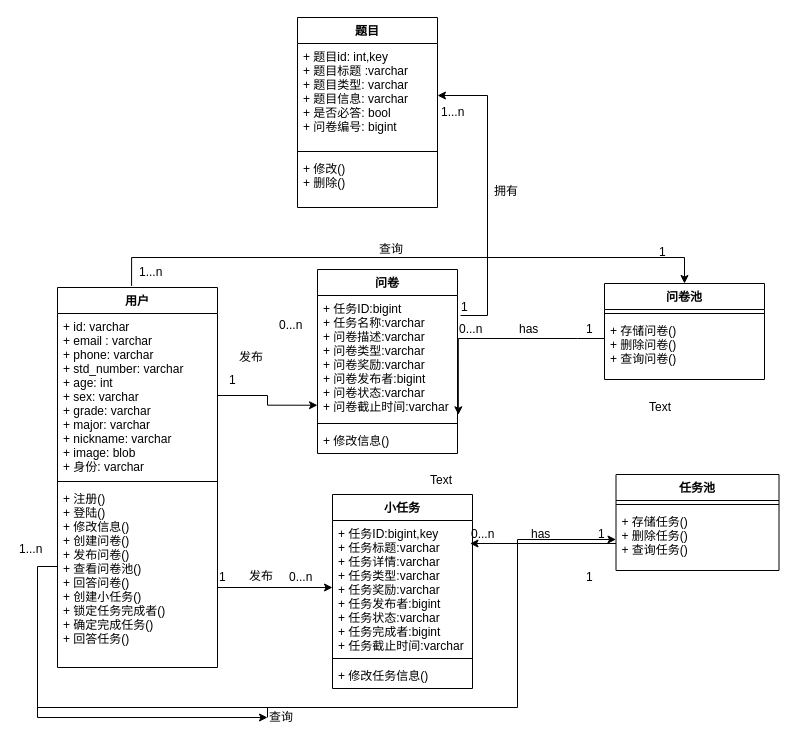
Earlier version of the draw.io diagram managerwork/draw.io/领域模型.drawio (Walikrence/swsad-project). Source tidied: cells renumbered, new cells numbered last; positions are measured from the earlier drawing's top-left corner, leaving out a move shared by most shapes. Both pictures are drawn from the tidied source at 100%, with x=0, y=0 at pixel (17, 17).
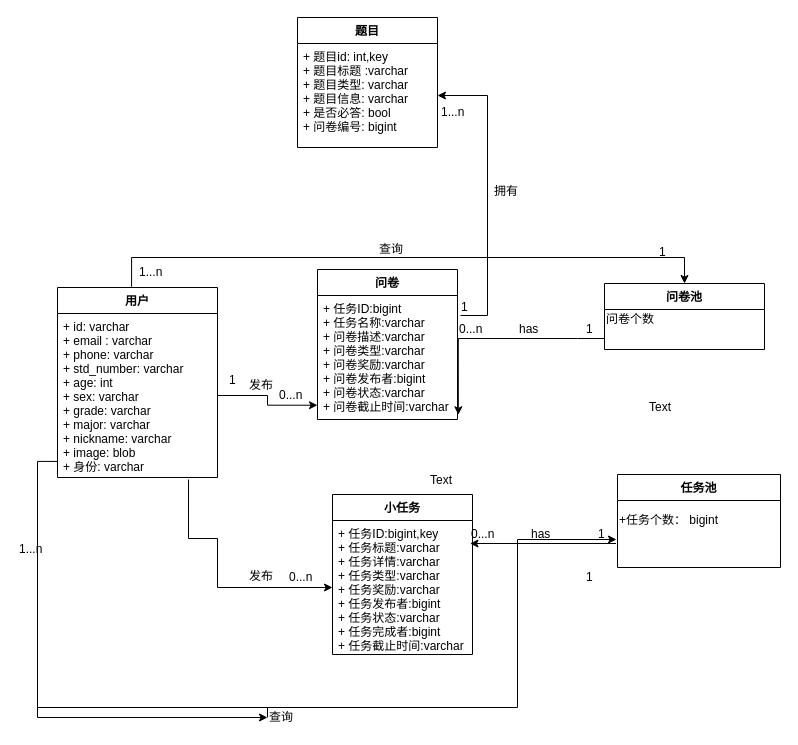
After the change.

Unchanged cells that the change refers to:
```xml
<mxCell id="3" value="+ id: varchar&#10;+ email : varchar&#10;+ phone: varchar&#10;+ std_number: varchar&#10;+ age: int&#10;+ sex: varchar&#10;+ grade: varchar&#10;+ major: varchar&#10;+ nickname: varchar&#10;+ image: blob&#10;+ 身份: varchar" style="text;strokeColor=none;fillColor=none;align=left;verticalAlign=top;spacingLeft=4;spacingRight=4;overflow=hidden;points=[[0,0.5],[1,0.5]];portConstraint=eastwest;" parent="2" vertex="1">
  <mxGeometry y="26" width="160" height="164" as="geometry" />
</mxCell>
<mxCell id="11" value="+ 任务ID:bigint,key&#10;+ 任务标题:varchar&#10;+ 任务详情:varchar&#10;+ 任务类型:varchar&#10;+ 任务奖励:varchar&#10;+ 任务发布者:bigint&#10;+ 任务状态:varchar&#10;+ 任务完成者:bigint&#10;+ 任务截止时间:varchar" style="text;strokeColor=none;fillColor=none;align=left;verticalAlign=top;spacingLeft=4;spacingRight=4;overflow=hidden;points=[[0,0.5],[1,0.5]];portConstraint=eastwest;" parent="10" vertex="1">
  <mxGeometry y="26" width="140" height="134" as="geometry" />
</mxCell>
<mxCell id="53" value="查询" style="text;html=1;points=[];align=left;verticalAlign=top;spacingTop=-4;" parent="1" vertex="1">
  <mxGeometry x="250" y="690" width="40" height="20" as="geometry" />
</mxCell>
```

Change to the diagram source:
```diff
@@
     <mxCell id="2" value="用户" style="swimlane;fontStyle=1;align=center;verticalAlign=top;horizontal=1;startSize=26;" parent="1" vertex="1">
-      <mxGeometry x="40" y="270" width="160" height="380" as="geometry" />
+      <mxGeometry x="40" y="270" width="160" height="190" as="geometry" />
     </mxCell>
@@
-    <mxCell id="4" style="line;strokeWidth=1;fillColor=none;align=left;verticalAlign=middle;spacingTop=-1;spacingLeft=3;spacingRight=3;labelPosition=right;" parent="2" vertex="1">
-      <mxGeometry y="190" width="160" height="8" as="geometry" />
-    </mxCell>
-    <mxCell id="5" value="+ 注册()&#10;+ 登陆()&#10;+ 修改信息()&#10;+ 创建问卷()&#10;+ 发布问卷()&#10;+ 查看问卷池()&#10;+ 回答问卷()&#10;+ 创建小任务()&#10;+ 锁定任务完成者()&#10;+ 确定完成任务()&#10;+ 回答任务()" style="text;strokeColor=none;fillColor=none;align=left;verticalAlign=top;spacingLeft=4;spacingRight=4;overflow=hidden;points=[[0,0.5],[1,0.5]];portConstraint=eastwest;" parent="2" vertex="1">
-      <mxGeometry y="198" width="160" height="182" as="geometry" />
-    </mxCell>
     <mxCell id="6" value="问卷" style="swimlane;fontStyle=1;align=center;verticalAlign=top;horizontal=1;startSize=26;" parent="1" vertex="1">
-      <mxGeometry x="300" y="252" width="140" height="184" as="geometry" />
+      <mxGeometry x="300" y="252" width="140" height="150" as="geometry" />
     </mxCell>
@@
-    <mxCell id="8" style="line;strokeWidth=1;fillColor=none;align=left;verticalAlign=middle;spacingTop=-1;spacingLeft=3;spacingRight=3;labelPosition=right;" parent="6" vertex="1">
-      <mxGeometry y="150" width="140" height="8" as="geometry" />
-    </mxCell>
-    <mxCell id="9" value="+ 修改信息()" style="text;strokeColor=none;fillColor=none;align=left;verticalAlign=top;spacingLeft=4;spacingRight=4;overflow=hidden;" parent="6" vertex="1">
-      <mxGeometry y="158" width="140" height="26" as="geometry" />
-    </mxCell>
     <mxCell id="10" value="小任务" style="swimlane;fontStyle=1;align=center;verticalAlign=top;horizontal=1;startSize=26;" parent="1" vertex="1">
-      <mxGeometry x="315" y="477" width="140" height="194" as="geometry" />
+      <mxGeometry x="315" y="477" width="140" height="160" as="geometry" />
     </mxCell>
@@
-    <mxCell id="12" style="line;strokeWidth=1;fillColor=none;align=left;verticalAlign=middle;spacingTop=-1;spacingLeft=3;spacingRight=3;labelPosition=right;" parent="10" vertex="1">
-      <mxGeometry y="160" width="140" height="8" as="geometry" />
-    </mxCell>
-    <mxCell id="13" value="+ 修改任务信息()" style="text;strokeColor=none;fillColor=none;align=left;verticalAlign=top;spacingLeft=4;spacingRight=4;overflow=hidden;" parent="10" vertex="1">
-      <mxGeometry y="168" width="140" height="26" as="geometry" />
-    </mxCell>
     <mxCell id="14" value="问卷池" style="swimlane;fontStyle=1;align=center;verticalAlign=top;horizontal=1;startSize=26;" parent="1" vertex="1">
-      <mxGeometry x="587" y="266" width="160" height="96" as="geometry" />
+      <mxGeometry x="587" y="266" width="160" height="66" as="geometry" />
     </mxCell>
-    <mxCell id="15" style="line;strokeWidth=1;fillColor=none;align=left;verticalAlign=middle;spacingTop=-1;spacingLeft=3;spacingRight=3;labelPosition=right;" parent="14" vertex="1">
-      <mxGeometry y="26" width="160" height="8" as="geometry" />
-    </mxCell>
-    <mxCell id="16" value="+ 存储问卷()&#10;+ 删除问卷()&#10;+ 查询问卷()&#10;&#10;&#10;" style="text;strokeColor=none;fillColor=none;align=left;verticalAlign=top;spacingLeft=4;spacingRight=4;overflow=hidden;" parent="14" vertex="1">
-      <mxGeometry y="34" width="160" height="62" as="geometry" />
-    </mxCell>
+    <mxCell id="55" value="问卷个数&lt;br&gt;&lt;br&gt;&lt;br&gt;" style="text;html=1;align=left;verticalAlign=top;spacingTop=-4;" parent="14" vertex="1">
+      <mxGeometry y="26" width="160" height="40" as="geometry" />
+    </mxCell>
     <mxCell id="17" value="任务池" style="swimlane;fontStyle=1;align=center;verticalAlign=top;horizontal=1;startSize=26;" parent="1" vertex="1">
-      <mxGeometry x="598.5" y="457" width="163" height="96" as="geometry" />
+      <mxGeometry x="600" y="457" width="163" height="93" as="geometry" />
     </mxCell>
-    <mxCell id="18" style="line;strokeWidth=1;fillColor=none;align=left;verticalAlign=middle;spacingTop=-1;spacingLeft=3;spacingRight=3;labelPosition=right;" parent="17" vertex="1">
-      <mxGeometry y="26" width="163" height="8" as="geometry" />
-    </mxCell>
-    <mxCell id="19" value="+ 存储任务()&#10;+ 删除任务()&#10;+ 查询任务()" style="text;strokeColor=none;fillColor=none;align=left;verticalAlign=top;spacingLeft=4;spacingRight=4;overflow=hidden;points=[[0,0.5],[1,0.5]];portConstraint=eastwest;" parent="17" vertex="1">
-      <mxGeometry y="34" width="163" height="62" as="geometry" />
-    </mxCell>
@@
     <mxCell id="22" value="0...n" style="text;html=1;align=left;verticalAlign=top;spacingTop=-4;" parent="1" vertex="1">
-      <mxGeometry x="260" y="298" width="40" height="20" as="geometry" />
+      <mxGeometry x="260" y="368" width="40" height="20" as="geometry" />
     </mxCell>
     <mxCell id="23" value="发布" style="text;html=1;align=left;verticalAlign=top;spacingTop=-4;" parent="1" vertex="1">
-      <mxGeometry x="220" y="330" width="40" height="20" as="geometry" />
+      <mxGeometry x="230" y="358" width="40" height="20" as="geometry" />
     </mxCell>
-    <mxCell id="24" style="edgeStyle=orthogonalEdgeStyle;rounded=0;jettySize=auto;html=1;exitX=1;exitY=0.5;exitDx=0;exitDy=0;entryX=0;entryY=0.5;entryDx=0;entryDy=0;" parent="1" edge="1" target="11">
+    <mxCell id="24" style="edgeStyle=orthogonalEdgeStyle;rounded=0;jettySize=auto;html=1;exitX=0.819;exitY=1.012;exitDx=0;exitDy=0;entryX=0;entryY=0.5;entryDx=0;entryDy=0;exitPerimeter=0;" parent="1" edge="1" source="3" target="11">
       <mxGeometry relative="1" as="geometry">
-        <mxPoint x="200" y="542" as="sourcePoint" />
         <Array as="points">
+          <mxPoint x="171" y="521" />
+          <mxPoint x="200" y="521" />
           <mxPoint x="200" y="570" />
         </Array>
       </mxGeometry>
     </mxCell>
-    <mxCell id="25" value="1" style="text;html=1;align=left;verticalAlign=top;spacingTop=-4;" parent="1" vertex="1">
-      <mxGeometry x="200" y="549.5" width="20" height="20" as="geometry" />
-    </mxCell>
@@
-    <mxCell id="40" style="edgeStyle=orthogonalEdgeStyle;rounded=0;jettySize=auto;html=1;entryX=0;entryY=0.5;entryDx=0;entryDy=0;exitX=0;exitY=0.5;exitDx=0;exitDy=0;" parent="1" edge="1" source="53" target="19">
+    <mxCell id="40" style="edgeStyle=orthogonalEdgeStyle;rounded=0;jettySize=auto;html=1;entryX=0;entryY=0.5;entryDx=0;entryDy=0;exitX=0;exitY=0.5;exitDx=0;exitDy=0;" parent="1" edge="1" source="53">
       <mxGeometry relative="1" as="geometry">
+        <mxPoint x="599" y="522" as="targetPoint" />
         <Array as="points">
           <mxPoint x="20" y="690" />
           <mxPoint x="500" y="690" />
           <mxPoint x="500" y="576" />
         </Array>
       </mxGeometry>
     </mxCell>
@@
     <mxCell id="44" value="题目" style="swimlane;fontStyle=1;align=center;verticalAlign=top;horizontal=1;startSize=26;" parent="1" vertex="1">
-      <mxGeometry x="280" width="140" height="190" as="geometry" />
+      <mxGeometry x="280" width="140" height="130" as="geometry" />
     </mxCell>
@@
-    <mxCell id="46" style="line;strokeWidth=1;fillColor=none;align=left;verticalAlign=middle;spacingTop=-1;spacingLeft=3;spacingRight=3;labelPosition=right;" parent="44" vertex="1">
-      <mxGeometry y="130" width="140" height="8" as="geometry" />
-    </mxCell>
-    <mxCell id="47" value="+ 修改()&#10;+ 删除()&#10;" style="text;strokeColor=none;fillColor=none;align=left;verticalAlign=top;spacingLeft=4;spacingRight=4;overflow=hidden;" parent="44" vertex="1">
-      <mxGeometry y="138" width="140" height="52" as="geometry" />
-    </mxCell>
@@
-    <mxCell id="54" style="edgeStyle=orthogonalEdgeStyle;rounded=0;jettySize=auto;html=1;entryX=0;entryY=0.5;entryDx=0;entryDy=0;exitX=0;exitY=0.5;exitDx=0;exitDy=0;" parent="1" edge="1" source="5" target="53">
+    <mxCell id="54" style="edgeStyle=orthogonalEdgeStyle;rounded=0;jettySize=auto;html=1;entryX=0;entryY=0.5;entryDx=0;entryDy=0;exitX=0;exitY=0.902;exitDx=0;exitDy=0;exitPerimeter=0;" parent="1" edge="1" source="3" target="53">
       <mxGeometry relative="1" as="geometry">
         <Array as="points">
-          <mxPoint x="20" y="549" />
+          <mxPoint x="20" y="444" />
+          <mxPoint x="20" y="700" />
         </Array>
       </mxGeometry>
     </mxCell>
+    <mxCell id="56" value="+任务个数： bigint" style="text;html=1;align=left;verticalAlign=top;spacingTop=-4;" parent="1" vertex="1">
+      <mxGeometry x="600" y="493" width="110" height="20" as="geometry" />
+    </mxCell>
```
